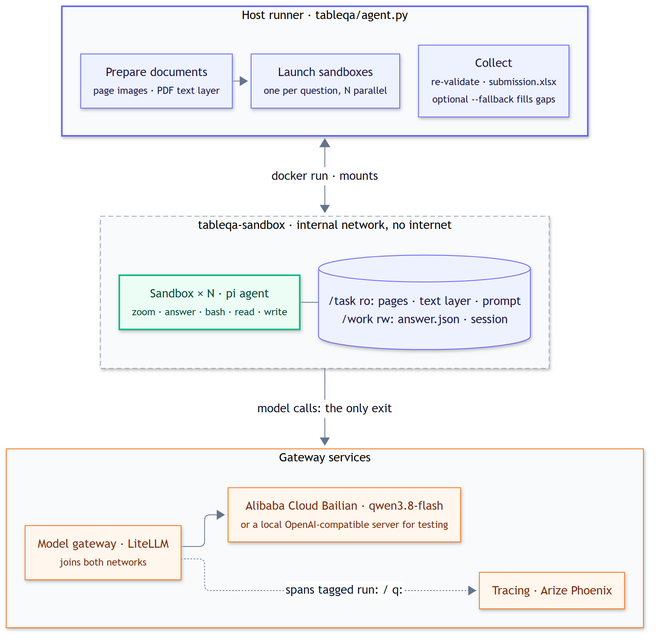
This is docs/diagrams/architecture.png from eric15342335/AIFep-FDU.github.io, a Mermaid export, as it was before one commit. Its source is kept beside it as docs/diagrams/architecture.mmd.
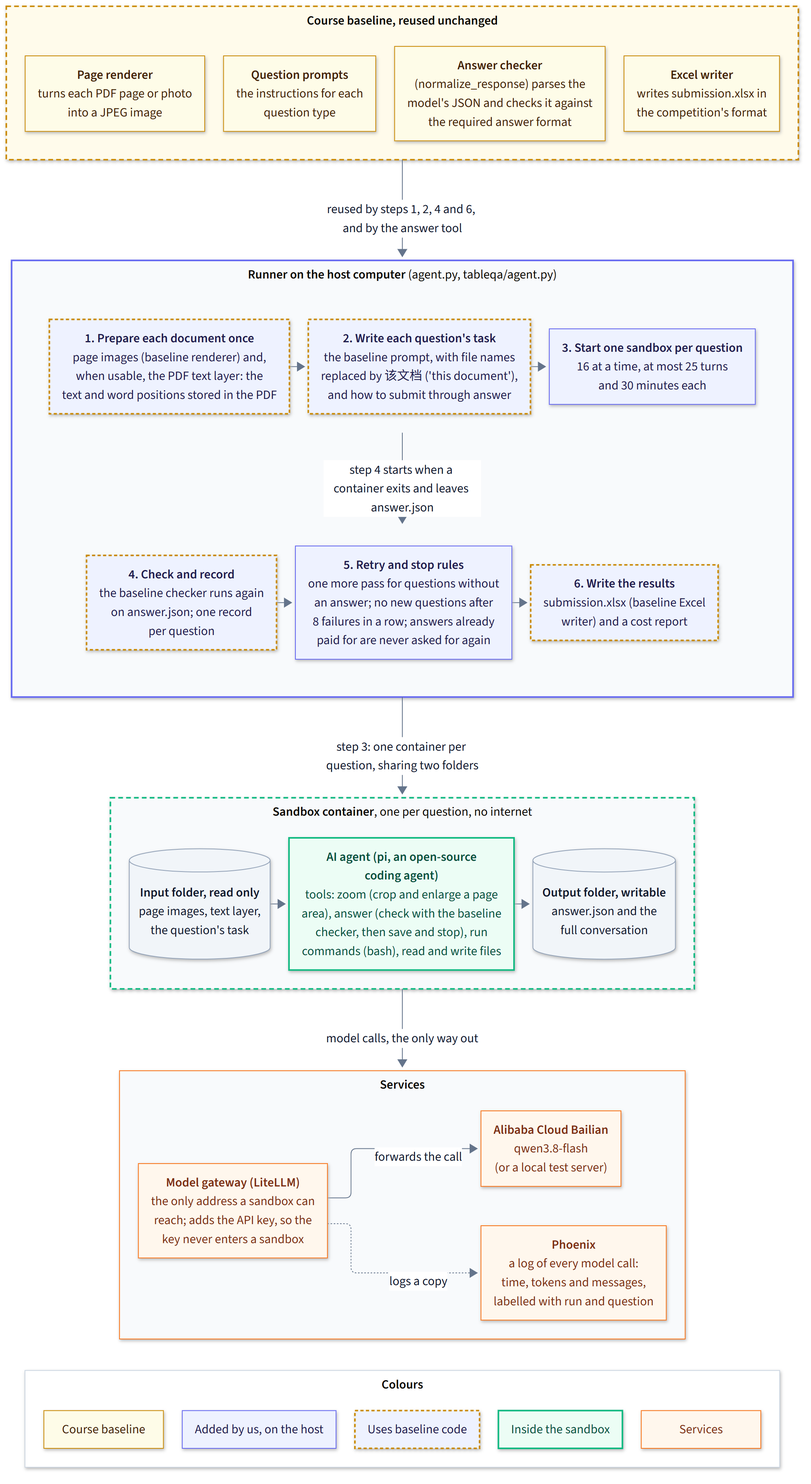
The same diagram one commit later.

The edit, as a diff of the source:
```diff
@@ -1,39 +1,76 @@
-%%{init: {"theme": "base", "themeVariables": {"fontSize": "15px", "lineColor": "#64748b", "primaryTextColor": "#0f172a", "edgeLabelBackground": "#ffffff"}, "flowchart": {"nodeSpacing": 30, "rankSpacing": 45, "wrappingWidth": 280}}}%%
+%%{init: {"theme": "base", "themeVariables": {"fontSize": "16px", "lineColor": "#64748b", "primaryTextColor": "#0f172a", "edgeLabelBackground": "#ffffff"}, "flowchart": {"nodeSpacing": 26, "rankSpacing": 44, "padding": 14, "wrappingWidth": 280, "subGraphTitleMargin": {"top": 6, "bottom": 16}}}}%%
 flowchart TB
-    subgraph HOST["Host runner · tableqa/agent.py"]
+    subgraph BASE["<b>Course baseline, reused unchanged</b>"]
         direction LR
-        prep["Prepare documents<br/><small>page images · PDF text layer</small>"]
-        launch["Launch sandboxes<br/><small>one per question, N parallel</small>"]
-        collect["Collect<br/><small>re-validate · submission.xlsx</small><br/><small>optional --fallback fills gaps</small>"]
-        prep --> launch ~~~ collect
+        render["<b>Page renderer</b><br/>turns each PDF page or photo<br/>into a JPEG image"]
+        prompts["<b>Question prompts</b><br/>the instructions for each<br/>question type"]
+        checker["<b>Answer checker</b><br/>(normalize_response) parses the<br/>model's JSON and checks it against<br/>the required answer format"]
+        writer["<b>Excel writer</b><br/>writes submission.xlsx in<br/>the competition's format"]
+        render ~~~ prompts ~~~ checker ~~~ writer
     end
 
-    subgraph NET["tableqa-sandbox · internal network, no internet"]
-        direction LR
-        agent["Sandbox × N · pi agent<br/><small>zoom · answer · bash · read · write</small>"]
-        files[("/task ro: pages · text layer · prompt<br/>/work rw: answer.json · session")]
-        agent --- files
+    subgraph HOST["<b>Runner on the host computer</b> (agent.py, tableqa/agent.py)"]
+        direction TB
+        subgraph ROW1[" "]
+            direction LR
+            prep["<b>1. Prepare each document once</b><br/>page images (baseline renderer) and,<br/>when usable, the PDF text layer: the<br/>text and word positions stored in the PDF"]
+            task["<b>2. Write each question's task</b><br/>the baseline prompt, with file names<br/>replaced by 该文档 ('this document'),<br/>and how to submit through answer"]
+            start["<b>3. Start one sandbox per question</b><br/>16 at a time, at most 25 turns<br/>and 30 minutes each"]
+            prep --> task --> start
+        end
+        subgraph ROW2[" "]
+            direction LR
+            check["<b>4. Check and record</b><br/>the baseline checker runs again<br/>on answer.json; one record<br/>per question"]
+            retry["<b>5. Retry and stop rules</b><br/>one more pass for questions without<br/>an answer; no new questions after<br/>8 failures in a row; answers already<br/>paid for are never asked for again"]
+            out["<b>6. Write the results</b><br/>submission.xlsx (baseline Excel<br/>writer) and a cost report"]
+            check --> retry --> out
+        end
+        ROW1 -- "step 4 starts when a container exits and leaves answer.json" --> ROW2
     end
 
-    subgraph SVC["Gateway services"]
+    subgraph BOX["<b>Sandbox container</b>, one per question, no internet"]
         direction LR
-        gw["Model gateway · LiteLLM<br/><small>joins both networks</small>"]
-        model["Alibaba Cloud Bailian · qwen3.8-flash<br/><small>or a local OpenAI-compatible server for testing</small>"]
-        trace["Tracing · Arize Phoenix"]
-        gw --> model
-        gw -. "spans tagged run: / q:" .-> trace
+        input[("<b>Input folder, read only</b><br/>page images, text layer,<br/>the question's task")]
+        agent["<b>AI agent (pi, an open-source<br/>coding agent)</b><br/>tools: zoom (crop and enlarge a page<br/>area), answer (check with the baseline<br/>checker, then save and stop), run<br/>commands (bash), read and write files"]
+        output[("<b>Output folder, writable</b><br/>answer.json and the<br/>full conversation")]
+        input --> agent --> output
     end
 
-    HOST <-->|"docker run · mounts"| NET
-    NET -- "model calls: the only exit" --> SVC
+    subgraph SVC["<b>Services</b>"]
+        direction LR
+        gw["<b>Model gateway (LiteLLM)</b><br/>the only address a sandbox can<br/>reach; adds the API key, so the<br/>key never enters a sandbox"]
+        model["<b>Alibaba Cloud Bailian</b><br/>qwen3.8-flash<br/>(or a local test server)"]
+        trace["<b>Phoenix</b><br/>a log of every model call:<br/>time, tokens and messages,<br/>labelled with run and question"]
+        gw -- "forwards the call" --> model
+        gw -. "logs a copy" .-> trace
+    end
 
+    subgraph KEY["<b>Colours</b>"]
+        direction LR
+        k1["Course baseline"] ~~~ k2["Added by us, on the host"] ~~~ k4["Uses baseline code"] ~~~ k3["Inside the sandbox"] ~~~ k5["Services"]
+    end
+
+    BASE -- "reused by steps 1, 2, 4 and 6, and by the answer tool" --> HOST
+    HOST -- "step 3: one container per question, sharing two folders" --> BOX
+    BOX -- "model calls, the only way out" --> SVC
+    SVC ~~~ KEY
+
+    classDef base fill:#fefce8,stroke:#ca8a04,color:#422006
     classDef host fill:#eef2ff,stroke:#6366f1,color:#1e1b4b
+    classDef usesBase fill:#eef2ff,stroke:#ca8a04,color:#1e1b4b,stroke-width:2px,stroke-dasharray:4 3
     classDef box fill:#ecfdf5,stroke:#10b981,color:#064e3b,stroke-width:2px
+    classDef folder fill:#f1f5f9,stroke:#94a3b8,color:#0f172a
     classDef ext fill:#fff7ed,stroke:#f97316,color:#7c2d12
-    class prep,launch,collect host
-    class agent box
-    class files host
-    class gw,model,trace ext
+    class render,prompts,checker,writer,k1 base
+    class start,retry,k2 host
+    class prep,task,check,out,k4 usesBase
+    class agent,k3 box
+    class input,output folder
+    class gw,model,trace,k5 ext
+    style BASE fill:#fffbeb,stroke:#ca8a04,stroke-width:2px,stroke-dasharray:6 4
     style HOST fill:#f8fafc,stroke:#6366f1,stroke-width:2px
-    style NET fill:#f8fafc,stroke:#94a3b8,stroke-dasharray:6 4
+    style ROW1 fill:none,stroke:none
+    style ROW2 fill:none,stroke:none
+    style BOX fill:#f8fafc,stroke:#10b981,stroke-width:2px,stroke-dasharray:6 4
     style SVC fill:#f8fafc,stroke:#f97316
+    style KEY fill:#ffffff,stroke:#cbd5e1
```
